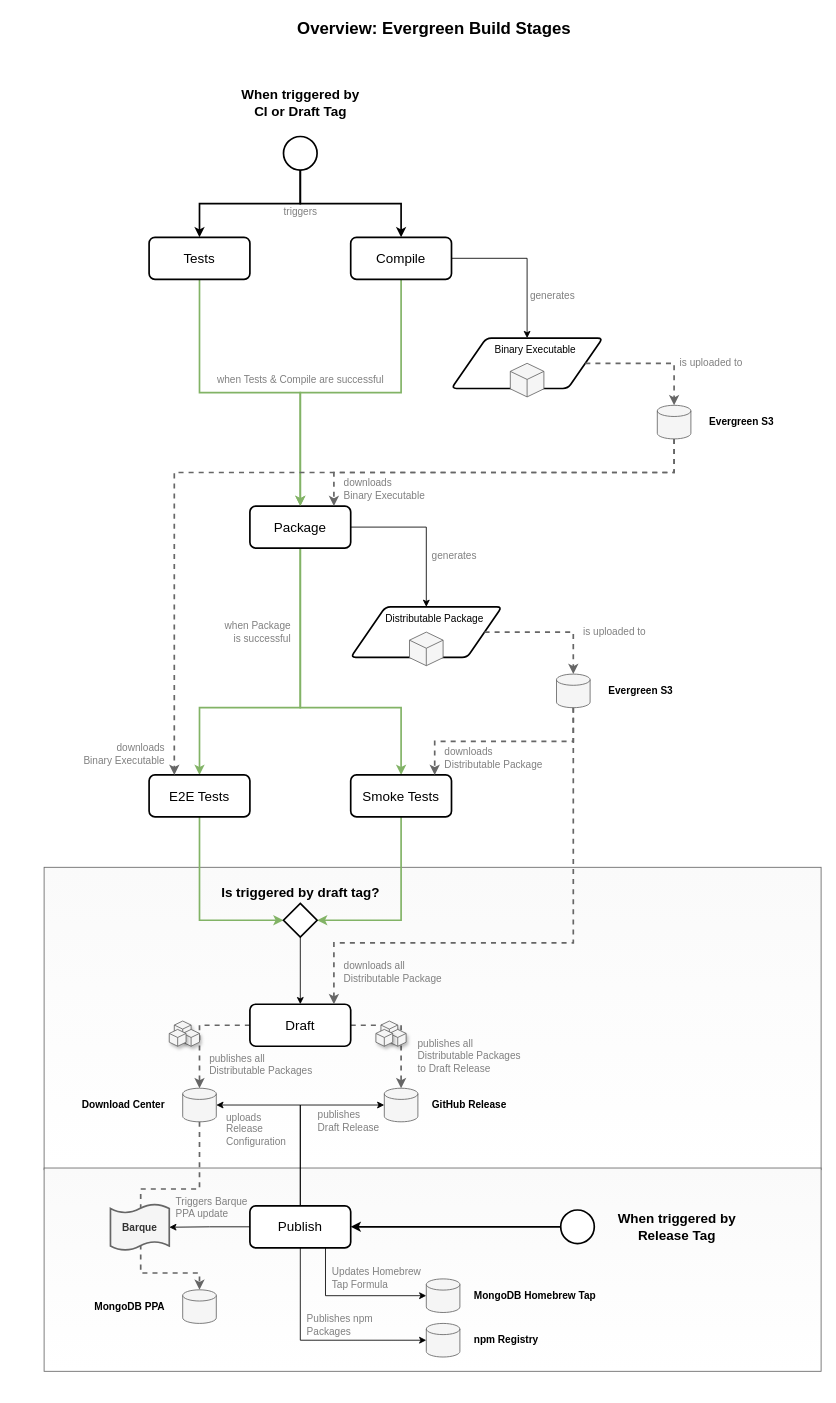
The draw.io diagram page "Evergreen Flow" (1 of 2) of packages/build/build-diagrams.drawio in mongodb-js/mongosh, before the edit. Source tidied: cells renumbered, new cells numbered last; positions are measured from the earlier drawing's top-left corner, leaving out a move shared by most shapes. Both pictures are drawn from the tidied source at 84%, with x=0, y=0 at pixel (44, 14).
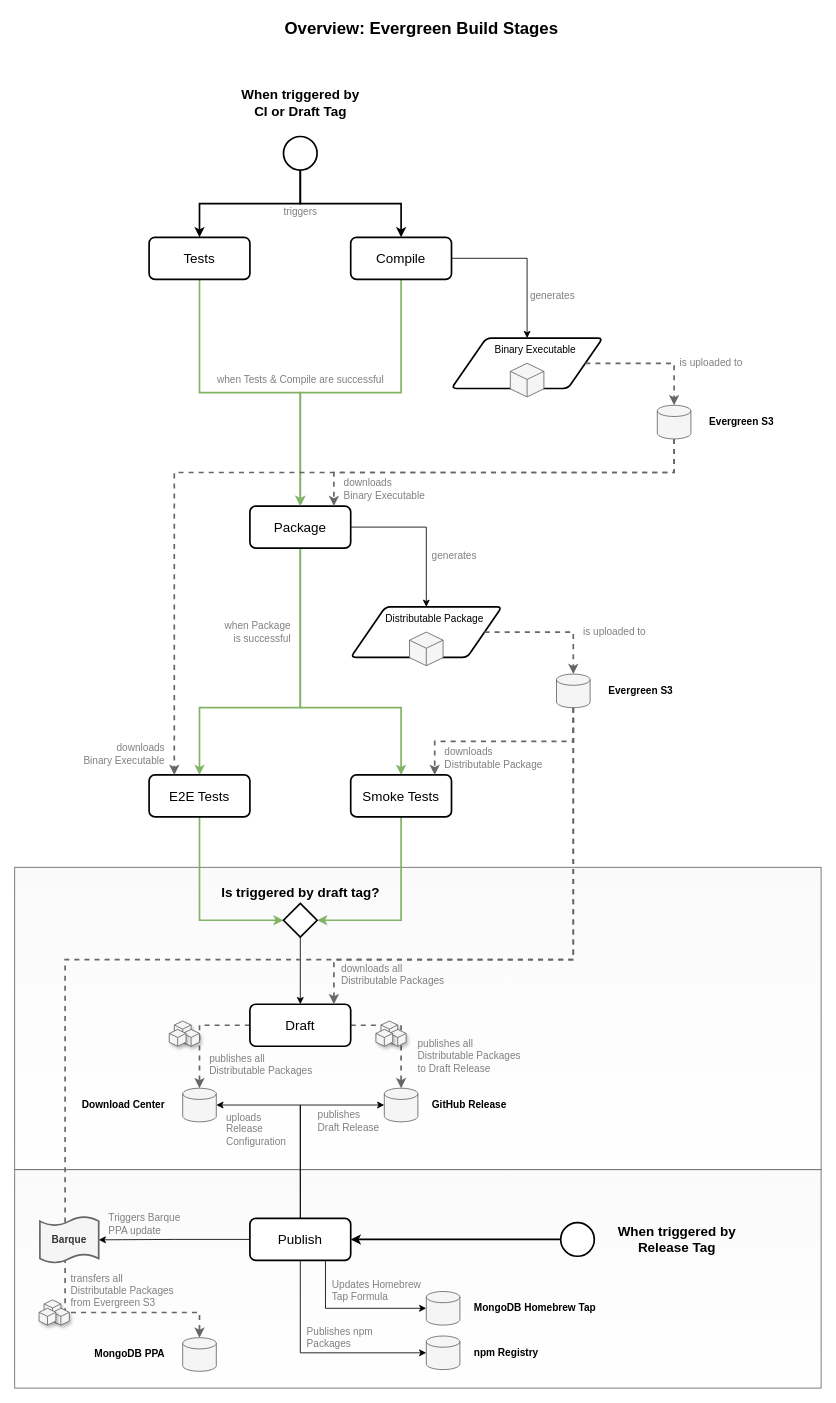
The same page after the edit.

Commit message (it also covers changes not shown here):
chore(build): correct package transfer for Barque

Unchanged cells that the change refers to:
```xml
<mxCell id="18" value="&lt;span style=&quot;font-size: 16px;&quot;&gt;Draft&lt;/span&gt;" style="rounded=1;whiteSpace=wrap;html=1;absoluteArcSize=1;arcSize=14;strokeWidth=2;fontStyle=0;fontSize=16;" parent="1" vertex="1">
  <mxGeometry x="245" y="1178" width="120" height="50" as="geometry" />
</mxCell>
<mxCell id="40" style="strokeWidth=1;html=1;shape=mxgraph.flowchart.database;whiteSpace=wrap;fontSize=16;align=center;fillColor=#f5f5f5;strokeColor=#666666;fontColor=#333333;" parent="39" vertex="1">
  <mxGeometry x="25" y="30" width="40" height="40" as="geometry" />
</mxCell>
<mxCell id="53" style="strokeWidth=1;html=1;shape=mxgraph.flowchart.database;whiteSpace=wrap;fontSize=16;align=center;fillColor=#f5f5f5;strokeColor=#666666;fontColor=#333333;" parent="51" vertex="1">
  <mxGeometry x="130" width="40" height="40" as="geometry" />
</mxCell>
<mxCell id="71" style="strokeWidth=1;html=1;shape=mxgraph.flowchart.database;whiteSpace=wrap;fontSize=16;align=center;fillColor=#f5f5f5;strokeColor=#666666;fontColor=#333333;" parent="69" vertex="1">
  <mxGeometry x="130" width="40" height="40" as="geometry" />
</mxCell>
<mxCell id="75" style="strokeWidth=1;html=1;shape=mxgraph.flowchart.database;whiteSpace=wrap;fontSize=16;align=center;fillColor=#f5f5f5;strokeColor=#666666;fontColor=#333333;" parent="73" vertex="1">
  <mxGeometry width="40" height="40" as="geometry" />
</mxCell>
<mxCell id="98" style="strokeWidth=1;html=1;shape=mxgraph.flowchart.database;whiteSpace=wrap;fontSize=16;align=center;fillColor=#f5f5f5;strokeColor=#666666;fontColor=#333333;" parent="96" vertex="1">
  <mxGeometry width="40" height="40" as="geometry" />
</mxCell>
```

Change to the diagram source:
```diff
@@
     <mxCell id="2" style="rounded=0;whiteSpace=wrap;html=1;shadow=0;strokeWidth=1;fontSize=16;align=right;glass=0;strokeColor=#666666;fontColor=#333333;fillColor=#FAFAFA;gradientColor=#ffffff;" parent="1" vertex="1">
-      <mxGeometry y="1015" width="925" height="360" as="geometry" />
+      <mxGeometry x="-35" y="1015" width="960" height="360" as="geometry" />
     </mxCell>
     <mxCell id="3" style="rounded=0;whiteSpace=wrap;html=1;shadow=0;strokeWidth=1;fontSize=16;align=right;glass=0;strokeColor=#666666;fontColor=#333333;fillColor=#FAFAFA;gradientColor=#ffffff;" parent="1" vertex="1">
-      <mxGeometry y="1373" width="925" height="242" as="geometry" />
+      <mxGeometry x="-35" y="1375" width="960" height="260" as="geometry" />
     </mxCell>
@@
     <mxCell id="21" style="edgeStyle=orthogonalEdgeStyle;rounded=0;jettySize=auto;html=1;entryX=0;entryY=0.5;entryDx=0;entryDy=0;entryPerimeter=0;fontSize=16;" parent="1" edge="1" source="23" target="75">
       <mxGeometry relative="1" as="geometry">
         <Array as="points">
-          <mxPoint x="335" y="1525" />
+          <mxPoint x="335" y="1540" />
         </Array>
       </mxGeometry>
     </mxCell>
@@
     <mxCell id="23" value="&lt;span style=&quot;font-size: 16px;&quot;&gt;Publish&lt;/span&gt;" style="rounded=1;whiteSpace=wrap;html=1;absoluteArcSize=1;arcSize=14;strokeWidth=2;fontStyle=0;fontSize=16;" parent="1" vertex="1">
-      <mxGeometry x="245" y="1418" width="120" height="50" as="geometry" />
+      <mxGeometry x="245" y="1433" width="120" height="50" as="geometry" />
     </mxCell>
@@
     <mxCell id="49" style="edgeStyle=orthogonalEdgeStyle;rounded=0;jettySize=auto;html=1;dashed=1;endFill=1;strokeColor=#666666;strokeWidth=2;fillColor=#f5f5f5;fontSize=12;" parent="1" edge="1" source="40" target="18">
       <mxGeometry relative="1" as="geometry">
         <Array as="points">
-          <mxPoint x="630" y="1105" />
-          <mxPoint x="345" y="1105" />
+          <mxPoint x="630" y="1125" />
+          <mxPoint x="345" y="1125" />
         </Array>
       </mxGeometry>
     </mxCell>
@@
     <mxCell id="66" style="strokeWidth=2;html=1;shape=mxgraph.flowchart.start_2;whiteSpace=wrap;fontSize=16;align=center;" parent="1" vertex="1">
-      <mxGeometry x="615" y="1423" width="40" height="40" as="geometry" />
+      <mxGeometry x="615" y="1438" width="40" height="40" as="geometry" />
     </mxCell>
     <mxCell id="67" value="When triggered by&lt;br&gt;Release Tag" style="text;html=1;align=center;verticalAlign=middle;fontSize=16;fontStyle=1;" parent="1" vertex="1">
-      <mxGeometry x="672.5" y="1423" width="160" height="40" as="geometry" />
+      <mxGeometry x="672.5" y="1438" width="160" height="40" as="geometry" />
     </mxCell>
@@
     <mxCell id="69" style="group;" parent="1" vertex="1">
-      <mxGeometry x="35" y="1518" width="170" height="40" as="geometry" />
+      <mxGeometry x="35" y="1575" width="170" height="40" as="geometry" />
     </mxCell>
@@
-    <mxCell id="72" style="edgeStyle=orthogonalEdgeStyle;rounded=0;jettySize=auto;html=1;dashed=1;endFill=1;strokeColor=#666666;strokeWidth=2;fillColor=#f5f5f5;fontSize=12;" parent="1" edge="1" source="53" target="71">
-      <mxGeometry relative="1" as="geometry">
-        <Array as="points">
-          <mxPoint x="185" y="1398" />
-          <mxPoint x="115" y="1398" />
-          <mxPoint x="115" y="1498" />
-          <mxPoint x="185" y="1498" />
-        </Array>
-      </mxGeometry>
-    </mxCell>
     <mxCell id="73" style="group;" parent="1" vertex="1">
-      <mxGeometry x="455" y="1505" width="215" height="40" as="geometry" />
+      <mxGeometry x="455" y="1520" width="215" height="40" as="geometry" />
     </mxCell>
@@
-    <mxCell id="76" value="Barque" style="shape=tape;whiteSpace=wrap;html=1;strokeWidth=2;size=0.19;shadow=0;glass=0;fontSize=12;fillColor=#f5f5f5;strokeColor=#666666;fontColor=#333333;fontStyle=1;" parent="1" vertex="1">
-      <mxGeometry x="79" y="1416" width="70" height="55" as="geometry" />
-    </mxCell>
     <mxCell id="77" value="Overview: Evergreen Build Stages" style="text;html=1;align=center;verticalAlign=middle;fontSize=20;fontStyle=1;" parent="1" vertex="1">
-      <mxGeometry x="293.5" width="340" height="30" as="geometry" />
+      <mxGeometry x="279" width="340" height="30" as="geometry" />
     </mxCell>
@@
-    <mxCell id="87" value="downloads all&lt;br&gt;Distributable Package" style="text;html=1;align=left;verticalAlign=middle;fontSize=12;fontColor=#808080;" parent="1" vertex="1">
-      <mxGeometry x="355" y="1125" width="130" height="30" as="geometry" />
+    <mxCell id="87" value="downloads all&lt;br&gt;Distributable Packages" style="text;html=1;align=left;verticalAlign=middle;fontSize=12;fontColor=#808080;" parent="1" vertex="1">
+      <mxGeometry x="352" y="1128" width="140" height="30" as="geometry" />
     </mxCell>
@@
     <mxCell id="92" value="Triggers Barque&lt;br&gt;PPA update" style="text;html=1;align=left;verticalAlign=middle;fontSize=12;fontColor=#808080;" parent="1" vertex="1">
-      <mxGeometry x="155" y="1405" width="100" height="30" as="geometry" />
+      <mxGeometry x="75" y="1425" width="100" height="30" as="geometry" />
     </mxCell>
     <mxCell id="93" value="Updates Homebrew&lt;br&gt;Tap Formula" style="text;html=1;align=left;verticalAlign=middle;fontSize=12;fontColor=#808080;" parent="1" vertex="1">
-      <mxGeometry x="341" y="1489" width="120" height="30" as="geometry" />
+      <mxGeometry x="341" y="1504" width="120" height="30" as="geometry" />
     </mxCell>
@@
     <mxCell id="96" style="group;" parent="1" vertex="1">
-      <mxGeometry x="455" y="1558" width="215" height="40" as="geometry" />
+      <mxGeometry x="455" y="1573" width="215" height="40" as="geometry" />
     </mxCell>
@@
     <mxCell id="99" style="edgeStyle=orthogonalEdgeStyle;rounded=0;jettySize=auto;html=1;entryX=0;entryY=0.5;entryDx=0;entryDy=0;entryPerimeter=0;fontSize=16;exitX=0.5;exitY=1;exitDx=0;exitDy=0;" parent="1" edge="1" source="23" target="98">
       <mxGeometry relative="1" as="geometry">
         <Array as="points">
-          <mxPoint x="305" y="1578" />
+          <mxPoint x="305" y="1593" />
         </Array>
       </mxGeometry>
     </mxCell>
     <mxCell id="100" value="Publishes npm&lt;br&gt;Packages" style="text;html=1;align=left;verticalAlign=middle;fontSize=12;fontColor=#808080;" parent="1" vertex="1">
-      <mxGeometry x="311" y="1545" width="90" height="30" as="geometry" />
+      <mxGeometry x="311" y="1560" width="90" height="30" as="geometry" />
     </mxCell>
+    <mxCell id="101" style="edgeStyle=orthogonalEdgeStyle;rounded=0;jettySize=auto;html=1;dashed=1;endFill=1;strokeColor=#666666;strokeWidth=2;fillColor=#f5f5f5;fontSize=12;" parent="1" edge="1" source="40" target="71">
+      <mxGeometry relative="1" as="geometry">
+        <Array as="points">
+          <mxPoint x="630" y="1125" />
+          <mxPoint x="25" y="1125" />
+          <mxPoint x="25" y="1545" />
+          <mxPoint x="185" y="1545" />
+        </Array>
+      </mxGeometry>
+    </mxCell>
+    <mxCell id="102" style="group;" parent="1" vertex="1">
+      <mxGeometry x="-6" y="1530" width="36" height="30" as="geometry" />
+    </mxCell>
+    <mxCell id="103" style="whiteSpace=wrap;html=1;shape=mxgraph.basic.isocube;isoAngle=15;strokeWidth=1;fontSize=12;align=right;fillColor=#f5f5f5;strokeColor=#666666;fontColor=#333333;shadow=1;" parent="102" vertex="1">
+      <mxGeometry x="6" width="20" height="20" as="geometry" />
+    </mxCell>
+    <mxCell id="104" style="whiteSpace=wrap;html=1;shape=mxgraph.basic.isocube;isoAngle=15;strokeWidth=1;fontSize=12;align=right;fillColor=#f5f5f5;strokeColor=#666666;fontColor=#333333;shadow=1;" parent="102" vertex="1">
+      <mxGeometry x="16" y="10" width="20" height="20" as="geometry" />
+    </mxCell>
+    <mxCell id="105" style="whiteSpace=wrap;html=1;shape=mxgraph.basic.isocube;isoAngle=15;strokeWidth=1;fontSize=12;align=right;fillColor=#f5f5f5;strokeColor=#666666;fontColor=#333333;shadow=1;" parent="102" vertex="1">
+      <mxGeometry y="10" width="20" height="20" as="geometry" />
+    </mxCell>
+    <mxCell id="76" value="Barque" style="shape=tape;whiteSpace=wrap;html=1;strokeWidth=2;size=0.19;shadow=0;glass=0;fontSize=12;fillColor=#f5f5f5;strokeColor=#666666;fontColor=#333333;fontStyle=1;" parent="1" vertex="1">
+      <mxGeometry x="-5" y="1431" width="70" height="55" as="geometry" />
+    </mxCell>
+    <mxCell id="106" value="transfers all&lt;br&gt;Distributable Packages&lt;br&gt;from Evergreen S3" style="text;html=1;align=left;verticalAlign=middle;fontSize=12;fontColor=#808080;" parent="1" vertex="1">
+      <mxGeometry x="30" y="1494" width="140" height="50" as="geometry" />
+    </mxCell>
```
